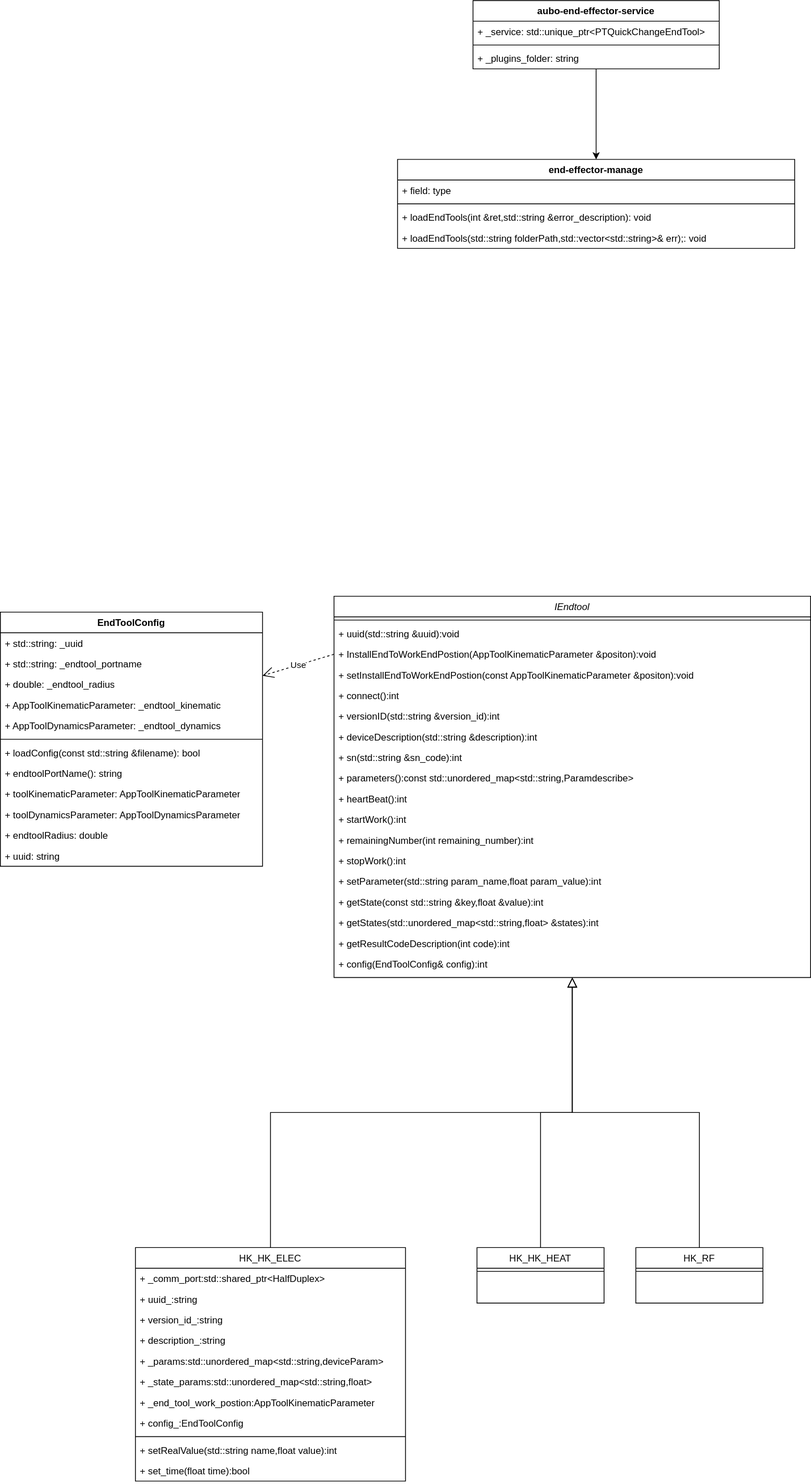
This is 理疗/理疗末端rpc服务.svg from Durpe/Drawio, a draw.io export, as it was before one commit. Source tidied: cells renumbered, new cells last; positions are measured from the earlier drawing's top-left corner, leaving out a move shared by most shapes.
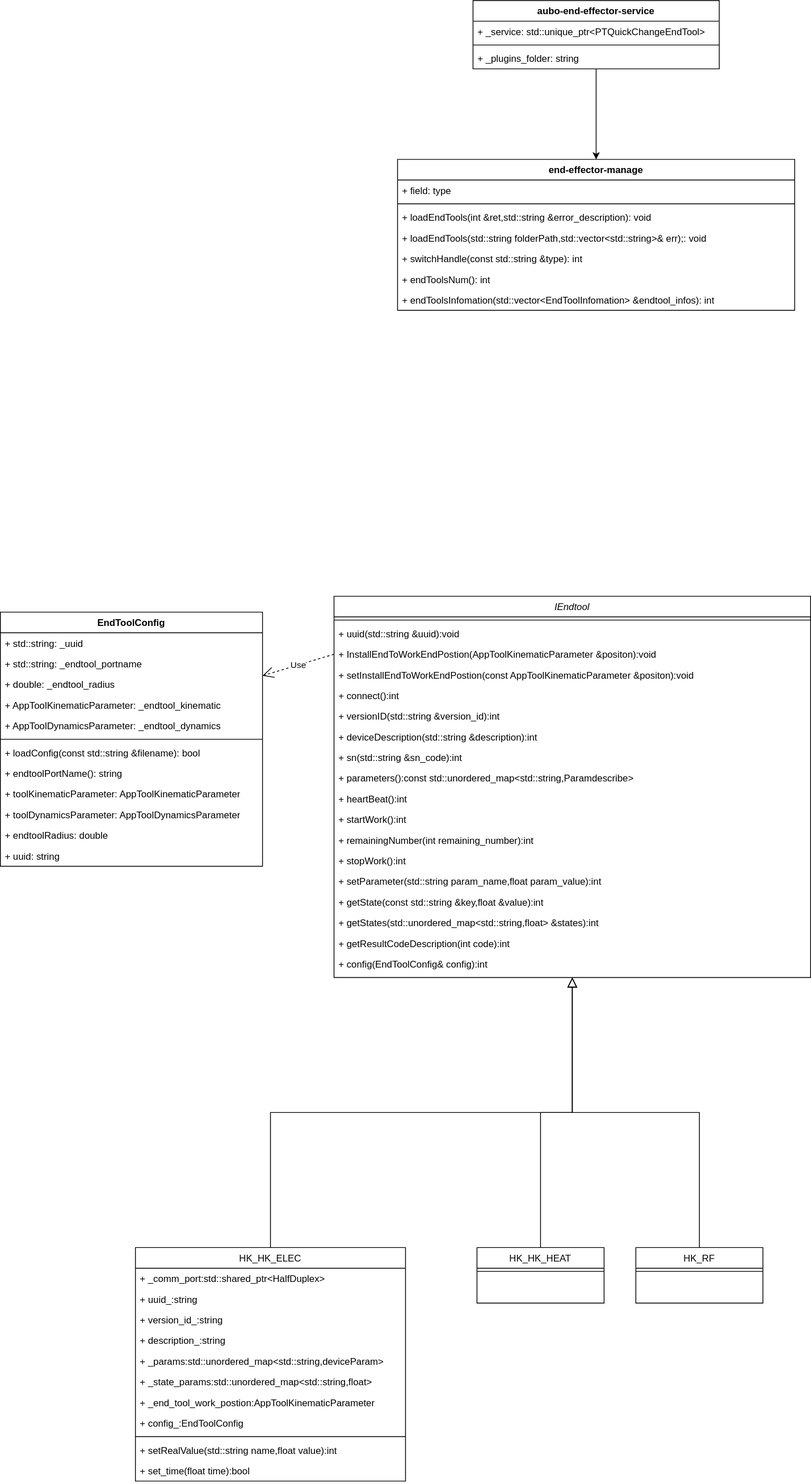
Later version of the same file.

Commit message:
更新理疗末端rpc服务.svg

Diff of the diagram source:
```diff
@@ -163,7 +163,7 @@
       <mxGeometry y="294" width="330" height="26" as="geometry" />
     </mxCell>
     <mxCell id="54" value="end-effector-manage" style="swimlane;fontStyle=1;align=center;verticalAlign=top;horizontal=1;startSize=26;whiteSpace=wrap;html=1;" parent="1" vertex="1">
-      <mxGeometry x="500" y="200" width="500" height="112" as="geometry" />
+      <mxGeometry x="500" y="200" width="500" height="190" as="geometry" />
     </mxCell>
     <mxCell id="55" value="+ field: type" style="text;strokeColor=none;fillColor=none;align=left;verticalAlign=top;spacingLeft=4;spacingRight=4;overflow=hidden;whiteSpace=wrap;html=1;" parent="54" vertex="1">
       <mxGeometry y="26" width="500" height="26" as="geometry" />
@@ -177,6 +177,15 @@
     <mxCell id="58" value="+ loadEndTools(std::string folderPath,std::vector&amp;lt;std::string&amp;gt;&amp;amp; err);: void" style="text;strokeColor=none;fillColor=none;align=left;verticalAlign=top;spacingLeft=4;spacingRight=4;overflow=hidden;whiteSpace=wrap;html=1;" parent="54" vertex="1">
       <mxGeometry y="86" width="500" height="26" as="geometry" />
     </mxCell>
+    <mxCell id="64" value="+ switchHandle(const std::string &amp;amp;type): int" style="text;strokeColor=none;fillColor=none;align=left;verticalAlign=top;spacingLeft=4;spacingRight=4;overflow=hidden;whiteSpace=wrap;html=1;" parent="54" vertex="1">
+      <mxGeometry y="112" width="500" height="26" as="geometry" />
+    </mxCell>
+    <mxCell id="65" value="+ endToolsNum(): int" style="text;strokeColor=none;fillColor=none;align=left;verticalAlign=top;spacingLeft=4;spacingRight=4;overflow=hidden;whiteSpace=wrap;html=1;" parent="54" vertex="1">
+      <mxGeometry y="138" width="500" height="26" as="geometry" />
+    </mxCell>
+    <mxCell id="66" value="+ endToolsInfomation(std::vector&amp;lt;EndToolInfomation&amp;gt; &amp;amp;endtool_infos): int" style="text;strokeColor=none;fillColor=none;align=left;verticalAlign=top;spacingLeft=4;spacingRight=4;overflow=hidden;whiteSpace=wrap;html=1;" parent="54" vertex="1">
+      <mxGeometry y="164" width="500" height="26" as="geometry" />
+    </mxCell>
     <mxCell id="59" style="edgeStyle=orthogonalEdgeStyle;rounded=0;jettySize=auto;html=1;entryX=0.5;entryY=0;entryDx=0;entryDy=0;" parent="1" edge="1" source="60" target="54">
       <mxGeometry relative="1" as="geometry" />
     </mxCell>
```
